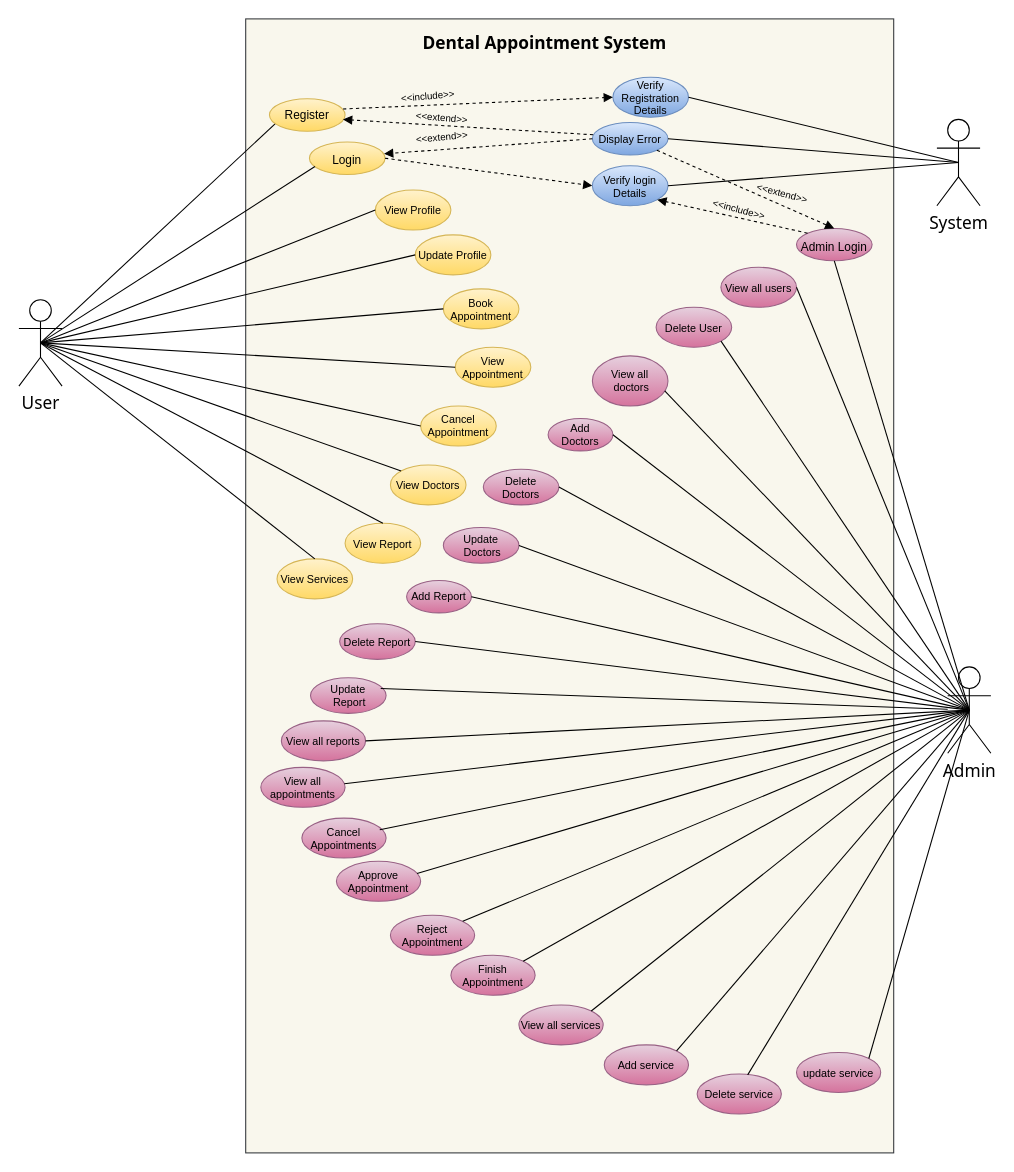
Above: page "Overall" (1 of 35) of final report/Use case/Overall Use case Diagram.drawio in itssabhishekk/Dental-Management-System (draw.io), before the change. Source tidied: cells renumbered, new cells numbered last; positions are measured from the earlier drawing's top-left corner, leaving out a move shared by most shapes. Both pictures are drawn from the tidied source at 108%, with x=0, y=0 at pixel (18, 18).
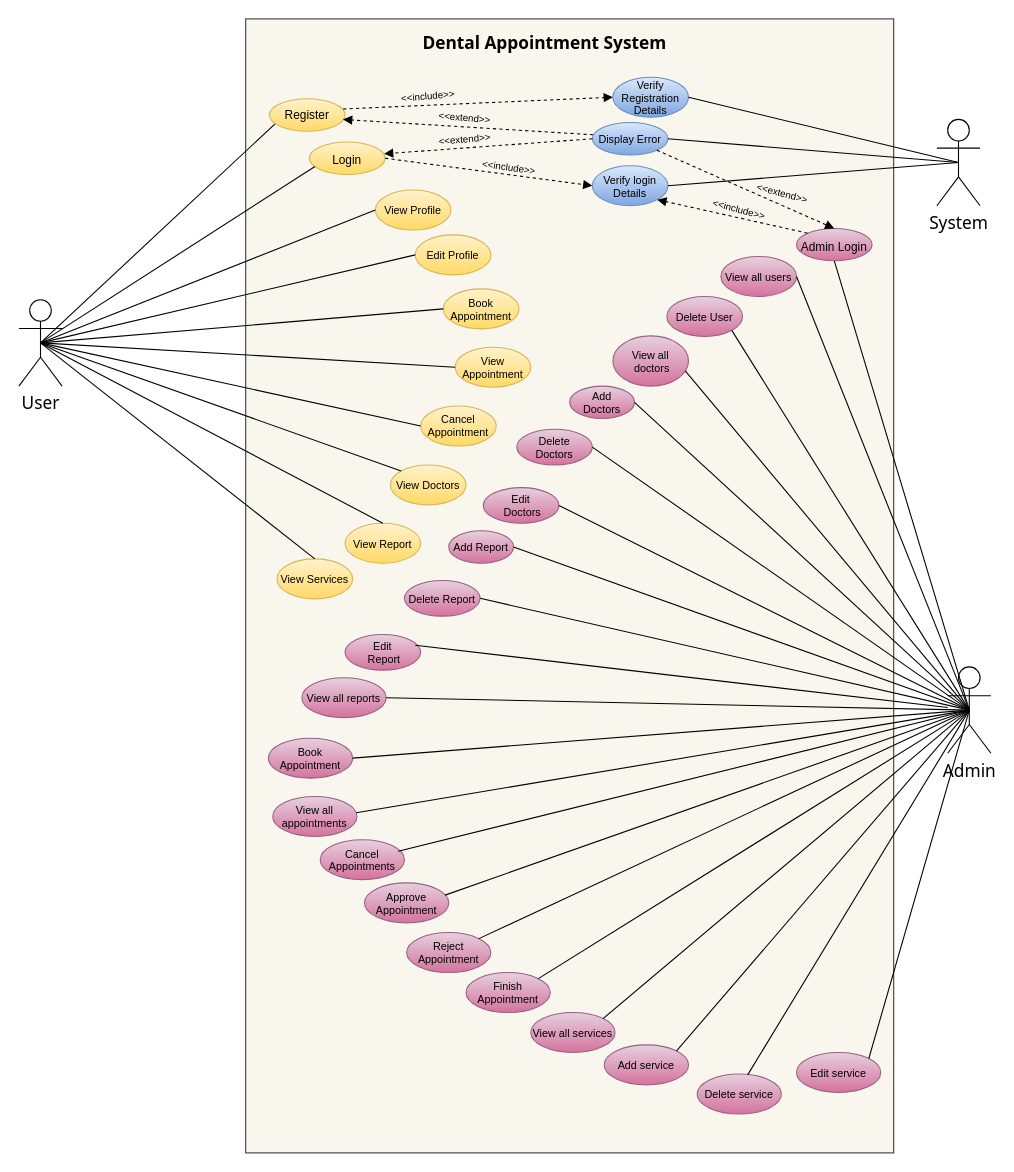
The same page after the edit.

Diff of the diagram source:
```diff
@@
     <mxCell id="20" value="&amp;lt;&amp;lt;extend&amp;gt;&amp;gt;" style="text;html=1;strokeColor=none;fillColor=none;align=center;verticalAlign=middle;whiteSpace=wrap;rounded=0;fontFamily=Helvetica;fontSize=9;rotation=5;" parent="1" vertex="1">
-      <mxGeometry x="372" y="81.5" width="40" height="20" as="geometry" />
+      <mxGeometry x="393" y="81.5" width="40" height="20" as="geometry" />
     </mxCell>
     <mxCell id="21" value="&amp;lt;&amp;lt;extend&amp;gt;&amp;gt;" style="text;html=1;strokeColor=none;fillColor=none;align=center;verticalAlign=middle;whiteSpace=wrap;rounded=0;fontFamily=Helvetica;fontSize=9;rotation=-5;" parent="1" vertex="1">
-      <mxGeometry x="372" y="100" width="40" height="20" as="geometry" />
+      <mxGeometry x="393" y="101.5" width="40" height="20" as="geometry" />
     </mxCell>
@@
-    <mxCell id="25" value="&lt;font style=&quot;line-height: 0% ; font-size: 10px&quot;&gt;Update Profile&lt;/font&gt;" style="ellipse;html=1;fontFamily=Helvetica;fontSize=10;spacing=0;whiteSpace=wrap;verticalAlign=middle;gradientColor=#ffd966;fillColor=#fff2cc;strokeColor=#d6b656;" parent="1" vertex="1">
+    <mxCell id="25" value="&lt;font style=&quot;line-height: 0% ; font-size: 10px&quot;&gt;Edit Profile&lt;/font&gt;" style="ellipse;html=1;fontFamily=Helvetica;fontSize=10;spacing=0;whiteSpace=wrap;verticalAlign=middle;gradientColor=#ffd966;fillColor=#fff2cc;strokeColor=#d6b656;" parent="1" vertex="1">
       <mxGeometry x="367" y="200" width="70" height="37" as="geometry" />
     </mxCell>
@@
     <mxCell id="41" value="Delete User" style="ellipse;html=1;fontFamily=Helvetica;fontSize=10;spacing=0;whiteSpace=wrap;verticalAlign=middle;gradientColor=#d5739d;fillColor=#e6d0de;strokeColor=#996185;" parent="1" vertex="1">
-      <mxGeometry x="590" y="267" width="70" height="37" as="geometry" />
+      <mxGeometry x="600" y="257" width="70" height="37" as="geometry" />
     </mxCell>
@@
     <mxCell id="43" value="Add &lt;br&gt;Doctors" style="ellipse;html=1;fontFamily=Helvetica;fontSize=10;spacing=0;whiteSpace=wrap;verticalAlign=middle;gradientColor=#d5739d;fillColor=#e6d0de;strokeColor=#996185;" parent="1" vertex="1">
-      <mxGeometry x="490" y="370" width="60" height="30" as="geometry" />
+      <mxGeometry x="510" y="340" width="60" height="30" as="geometry" />
     </mxCell>
     <mxCell id="44" value="Delete &lt;br&gt;Doctors" style="ellipse;html=1;fontFamily=Helvetica;fontSize=10;spacing=0;whiteSpace=wrap;verticalAlign=middle;gradientColor=#d5739d;fillColor=#e6d0de;strokeColor=#996185;" parent="1" vertex="1">
-      <mxGeometry x="430" y="417" width="70" height="33" as="geometry" />
+      <mxGeometry x="461" y="380" width="70" height="33" as="geometry" />
     </mxCell>
     <mxCell id="45" value="Add Report" style="ellipse;html=1;fontFamily=Helvetica;fontSize=10;spacing=0;whiteSpace=wrap;verticalAlign=middle;gradientColor=#d5739d;fillColor=#e6d0de;strokeColor=#996185;" parent="1" vertex="1">
-      <mxGeometry x="359" y="520" width="60" height="30" as="geometry" />
+      <mxGeometry x="398" y="474" width="60" height="30" as="geometry" />
     </mxCell>
     <mxCell id="46" value="Delete Report" style="ellipse;html=1;fontFamily=Helvetica;fontSize=10;spacing=0;whiteSpace=wrap;verticalAlign=middle;gradientColor=#d5739d;fillColor=#e6d0de;strokeColor=#996185;" parent="1" vertex="1">
-      <mxGeometry x="297" y="560" width="70" height="33" as="geometry" />
+      <mxGeometry x="357" y="520" width="70" height="33" as="geometry" />
     </mxCell>
     <mxCell id="47" value="&lt;font style=&quot;line-height: 0% ; font-size: 10px&quot;&gt;View all appointments&lt;/font&gt;" style="ellipse;html=1;fontFamily=Helvetica;fontSize=10;spacing=0;whiteSpace=wrap;verticalAlign=middle;gradientColor=#d5739d;fillColor=#e6d0de;strokeColor=#996185;" parent="1" vertex="1">
-      <mxGeometry x="224" y="693" width="78" height="37" as="geometry" />
+      <mxGeometry x="235" y="720" width="78" height="37" as="geometry" />
     </mxCell>
     <mxCell id="48" value="&lt;font style=&quot;line-height: 0% ; font-size: 10px&quot;&gt;Cancel Appointments&lt;/font&gt;" style="ellipse;html=1;fontFamily=Helvetica;fontSize=10;spacing=0;whiteSpace=wrap;verticalAlign=middle;gradientColor=#d5739d;fillColor=#e6d0de;strokeColor=#996185;" parent="1" vertex="1">
-      <mxGeometry x="262" y="740" width="78" height="37" as="geometry" />
+      <mxGeometry x="279" y="760" width="78" height="37" as="geometry" />
     </mxCell>
@@
     <mxCell id="55" value="&lt;font style=&quot;line-height: 0% ; font-size: 10px&quot;&gt;View all users&lt;/font&gt;" style="ellipse;html=1;fontFamily=Helvetica;fontSize=10;spacing=0;whiteSpace=wrap;verticalAlign=middle;gradientColor=#d5739d;fillColor=#e6d0de;strokeColor=#996185;" parent="1" vertex="1">
-      <mxGeometry x="650" y="230" width="70" height="37" as="geometry" />
+      <mxGeometry x="650" y="220" width="70" height="37" as="geometry" />
     </mxCell>
@@
-    <mxCell id="59" value="Update&lt;br&gt;&amp;nbsp;Doctors" style="ellipse;html=1;fontFamily=Helvetica;fontSize=10;spacing=0;whiteSpace=wrap;verticalAlign=middle;gradientColor=#d5739d;fillColor=#e6d0de;strokeColor=#996185;" parent="1" vertex="1">
-      <mxGeometry x="393" y="471" width="70" height="33" as="geometry" />
+    <mxCell id="59" value="Edit&lt;br&gt;&amp;nbsp;Doctors" style="ellipse;html=1;fontFamily=Helvetica;fontSize=10;spacing=0;whiteSpace=wrap;verticalAlign=middle;gradientColor=#d5739d;fillColor=#e6d0de;strokeColor=#996185;" parent="1" vertex="1">
+      <mxGeometry x="430" y="434" width="70" height="33" as="geometry" />
     </mxCell>
@@
-    <mxCell id="61" value="Update&lt;br&gt;&amp;nbsp;Report" style="ellipse;html=1;fontFamily=Helvetica;fontSize=10;spacing=0;whiteSpace=wrap;verticalAlign=middle;gradientColor=#d5739d;fillColor=#e6d0de;strokeColor=#996185;" parent="1" vertex="1">
-      <mxGeometry x="270" y="610" width="70" height="33" as="geometry" />
+    <mxCell id="61" value="Edit&lt;br&gt;&amp;nbsp;Report" style="ellipse;html=1;fontFamily=Helvetica;fontSize=10;spacing=0;whiteSpace=wrap;verticalAlign=middle;gradientColor=#d5739d;fillColor=#e6d0de;strokeColor=#996185;" parent="1" vertex="1">
+      <mxGeometry x="302" y="570" width="70" height="33" as="geometry" />
     </mxCell>
@@
     <mxCell id="63" value="Approve Appointment" style="ellipse;html=1;fontFamily=Helvetica;fontSize=10;spacing=0;whiteSpace=wrap;verticalAlign=middle;gradientColor=#d5739d;fillColor=#e6d0de;strokeColor=#996185;" parent="1" vertex="1">
-      <mxGeometry x="294" y="780" width="78" height="37" as="geometry" />
+      <mxGeometry x="320" y="800" width="78" height="37" as="geometry" />
     </mxCell>
     <mxCell id="64" value="Reject Appointment" style="ellipse;html=1;fontFamily=Helvetica;fontSize=10;spacing=0;whiteSpace=wrap;verticalAlign=middle;gradientColor=#d5739d;fillColor=#e6d0de;strokeColor=#996185;" parent="1" vertex="1">
-      <mxGeometry x="344" y="830" width="78" height="37" as="geometry" />
+      <mxGeometry x="359" y="846" width="78" height="37" as="geometry" />
     </mxCell>
     <mxCell id="65" value="Finish&lt;br&gt;Appointment" style="ellipse;html=1;fontFamily=Helvetica;fontSize=10;spacing=0;whiteSpace=wrap;verticalAlign=middle;gradientColor=#d5739d;fillColor=#e6d0de;strokeColor=#996185;" parent="1" vertex="1">
-      <mxGeometry x="400" y="867" width="78" height="37" as="geometry" />
+      <mxGeometry x="414" y="883" width="78" height="37" as="geometry" />
     </mxCell>
     <mxCell id="66" value="View all&lt;br&gt;&amp;nbsp;doctors" style="ellipse;html=1;fontFamily=Helvetica;fontSize=10;spacing=0;whiteSpace=wrap;verticalAlign=middle;gradientColor=#d5739d;fillColor=#e6d0de;strokeColor=#996185;" parent="1" vertex="1">
-      <mxGeometry x="531" y="312" width="70" height="46.5" as="geometry" />
+      <mxGeometry x="550" y="293.5" width="70" height="46.5" as="geometry" />
     </mxCell>
@@
     <mxCell id="68" value="&lt;font style=&quot;line-height: 0% ; font-size: 10px&quot;&gt;View all reports&lt;/font&gt;" style="ellipse;html=1;fontFamily=Helvetica;fontSize=10;spacing=0;whiteSpace=wrap;verticalAlign=middle;gradientColor=#d5739d;fillColor=#e6d0de;strokeColor=#996185;" parent="1" vertex="1">
-      <mxGeometry x="243" y="650" width="78" height="37" as="geometry" />
+      <mxGeometry x="262" y="610" width="78" height="37" as="geometry" />
     </mxCell>
@@
     <mxCell id="70" value="&lt;font style=&quot;line-height: 0% ; font-size: 10px&quot;&gt;View all services&lt;/font&gt;" style="ellipse;html=1;fontFamily=Helvetica;fontSize=10;spacing=0;whiteSpace=wrap;verticalAlign=middle;gradientColor=#d5739d;fillColor=#e6d0de;strokeColor=#996185;" parent="1" vertex="1">
-      <mxGeometry x="463" y="913" width="78" height="37" as="geometry" />
+      <mxGeometry x="474" y="920" width="78" height="37" as="geometry" />
     </mxCell>
@@
-    <mxCell id="73" value="update service" style="ellipse;html=1;fontFamily=Helvetica;fontSize=10;spacing=0;whiteSpace=wrap;verticalAlign=middle;gradientColor=#d5739d;fillColor=#e6d0de;strokeColor=#996185;" parent="1" vertex="1">
+    <mxCell id="73" value="Edit service" style="ellipse;html=1;fontFamily=Helvetica;fontSize=10;spacing=0;whiteSpace=wrap;verticalAlign=middle;gradientColor=#d5739d;fillColor=#e6d0de;strokeColor=#996185;" parent="1" vertex="1">
       <mxGeometry x="720" y="957" width="78" height="37" as="geometry" />
     </mxCell>
@@
+    <mxCell id="84" value="&lt;font style=&quot;line-height: 0% ; font-size: 10px&quot;&gt;Book Appointment&lt;/font&gt;" style="ellipse;html=1;fontFamily=Helvetica;fontSize=10;spacing=0;whiteSpace=wrap;verticalAlign=middle;gradientColor=#d5739d;fillColor=#e6d0de;strokeColor=#996185;" parent="1" vertex="1">
+      <mxGeometry x="231" y="666" width="78" height="37" as="geometry" />
+    </mxCell>
+    <mxCell id="85" style="endArrow=none;html=1;rounded=0;fontSize=9;exitX=1;exitY=0.5;exitDx=0;exitDy=0;" parent="1" edge="1" source="84">
+      <mxGeometry relative="1" as="geometry">
+        <mxPoint x="880" y="640" as="targetPoint" />
+      </mxGeometry>
+    </mxCell>
+    <mxCell id="86" value="&amp;lt;&amp;lt;include&amp;gt;&amp;gt;" style="text;html=1;strokeColor=none;fillColor=none;align=center;verticalAlign=middle;whiteSpace=wrap;rounded=0;fontFamily=Helvetica;fontSize=9;rotation=8;" parent="1" vertex="1">
+      <mxGeometry x="434" y="128" width="40" height="20" as="geometry" />
+    </mxCell>
```
